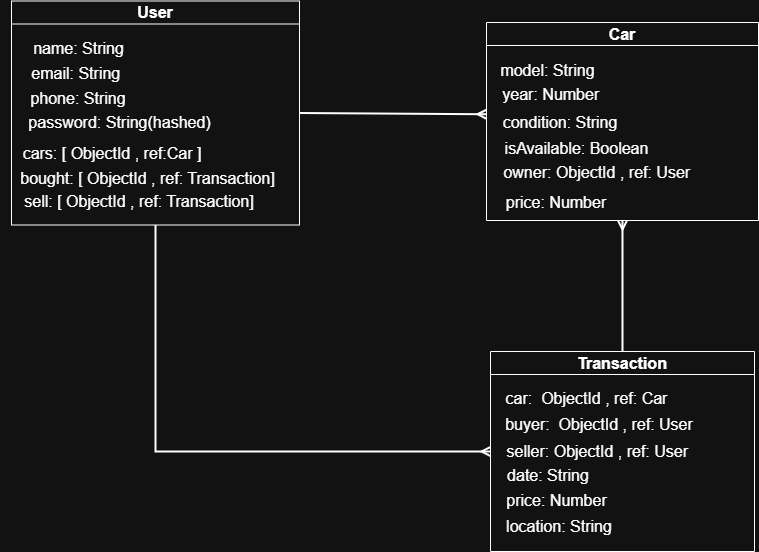
Before: planning-materials/ERD.png, a diagram exported from draw.io (hulaibi/car-app). Source tidied: cells renumbered, new cells last; positions are measured from the earlier drawing's top-left corner, leaving out a move shared by most shapes. The source it was exported from:
```xml
<mxGraphModel>
  <root>
    <mxCell id="0" />
    <mxCell id="1" parent="0" />
    <mxCell id="2" style="rounded=0;jettySize=auto;html=1;exitX=1;exitY=0.5;exitDx=0;exitDy=0;entryX=0;entryY=0.25;entryDx=0;entryDy=0;endArrow=ERmany;endFill=0;strokeWidth=2;" parent="1" edge="1" source="4" target="15">
      <mxGeometry relative="1" as="geometry" />
    </mxCell>
    <mxCell id="3" style="edgeStyle=orthogonalEdgeStyle;rounded=0;jettySize=auto;html=1;exitX=0.5;exitY=1;exitDx=0;exitDy=0;entryX=0;entryY=0.5;entryDx=0;entryDy=0;endArrow=ERmany;endFill=0;strokeWidth=2;" parent="1" edge="1" source="4" target="20">
      <mxGeometry relative="1" as="geometry" />
    </mxCell>
    <mxCell id="4" value="&lt;font style=&quot;font-size: 16px;&quot;&gt;User&lt;/font&gt;" style="swimlane;whiteSpace=wrap;html=1;startSize=23;" parent="1" vertex="1">
      <mxGeometry x="11" y="0.5" width="288" height="224" as="geometry" />
    </mxCell>
    <mxCell id="5" value="&lt;font style=&quot;font-size: 16px;&quot;&gt;name: String&lt;/font&gt;" style="text;html=1;align=center;verticalAlign=middle;strokeColor=none;fillColor=none;" parent="4" vertex="1">
      <mxGeometry x="12" y="32" width="109" height="31" as="geometry" />
    </mxCell>
    <mxCell id="6" value="&lt;font style=&quot;font-size: 16px;&quot;&gt;email: String&amp;nbsp;&lt;/font&gt;" style="text;html=1;align=center;verticalAlign=middle;whiteSpace=wrap;rounded=0;" parent="4" vertex="1">
      <mxGeometry x="-7.5" y="57" width="148" height="31" as="geometry" />
    </mxCell>
    <mxCell id="7" value="&lt;span&gt;&lt;font style=&quot;font-size: 16px;&quot;&gt;phone: String&lt;/font&gt;&lt;/span&gt;" style="text;html=1;align=center;verticalAlign=middle;whiteSpace=wrap;rounded=0;" parent="4" vertex="1">
      <mxGeometry x="-7.5" y="82" width="148" height="31" as="geometry" />
    </mxCell>
    <mxCell id="8" value="&lt;font style=&quot;font-size: 16px;&quot;&gt;password: String(hashed)&lt;/font&gt;" style="text;html=1;align=center;verticalAlign=middle;strokeColor=none;fillColor=none;" parent="4" vertex="1">
      <mxGeometry x="8" y="106" width="200" height="31" as="geometry" />
    </mxCell>
    <mxCell id="9" value="&lt;font style=&quot;font-size: 16px;&quot;&gt;cars: [ ObjectId , ref:Car ]&lt;/font&gt;" style="text;html=1;align=center;verticalAlign=middle;whiteSpace=wrap;rounded=0;" parent="4" vertex="1">
      <mxGeometry x="6" y="137" width="190" height="30" as="geometry" />
    </mxCell>
    <mxCell id="10" value="&lt;font style=&quot;font-size: 16px;&quot;&gt;bought: [ ObjectId , ref: Transaction]&lt;/font&gt;" style="text;html=1;align=center;verticalAlign=middle;whiteSpace=wrap;rounded=0;" parent="4" vertex="1">
      <mxGeometry x="6" y="162" width="261" height="30" as="geometry" />
    </mxCell>
    <mxCell id="11" value="&lt;font style=&quot;font-size: 16px;&quot;&gt;sell: [ ObjectId , ref: Transaction]&lt;/font&gt;" style="text;html=1;align=center;verticalAlign=middle;whiteSpace=wrap;rounded=0;" parent="4" vertex="1">
      <mxGeometry x="-11" y="185" width="278" height="30" as="geometry" />
    </mxCell>
    <mxCell id="12" value="&lt;font style=&quot;font-size: 16px;&quot;&gt;Car&lt;/font&gt;" style="swimlane;whiteSpace=wrap;html=1;startSize=23;" parent="1" vertex="1">
      <mxGeometry x="486" y="22" width="272" height="198" as="geometry" />
    </mxCell>
    <mxCell id="13" value="&lt;font style=&quot;font-size: 16px;&quot;&gt;model: String&lt;/font&gt;" style="text;html=1;align=center;verticalAlign=middle;strokeColor=none;fillColor=none;" parent="12" vertex="1">
      <mxGeometry x="5" y="32" width="112" height="31" as="geometry" />
    </mxCell>
    <mxCell id="14" value="&lt;font style=&quot;font-size: 16px;&quot;&gt;year: Number&amp;nbsp;&lt;/font&gt;" style="text;html=1;align=center;verticalAlign=middle;whiteSpace=wrap;rounded=0;" parent="12" vertex="1">
      <mxGeometry x="-7" y="56" width="148" height="31" as="geometry" />
    </mxCell>
    <mxCell id="15" value="&lt;span&gt;&lt;font style=&quot;font-size: 16px;&quot;&gt;condition: String&lt;/font&gt;&lt;/span&gt;" style="text;html=1;align=center;verticalAlign=middle;whiteSpace=wrap;rounded=0;" parent="12" vertex="1">
      <mxGeometry y="84" width="148" height="31" as="geometry" />
    </mxCell>
    <mxCell id="16" value="&lt;font style=&quot;font-size: 16px;&quot;&gt;isAvailable: Boolean&lt;/font&gt;" style="text;html=1;align=center;verticalAlign=middle;whiteSpace=wrap;rounded=0;" parent="12" vertex="1">
      <mxGeometry x="9" y="111" width="163" height="30" as="geometry" />
    </mxCell>
    <mxCell id="17" value="&lt;font style=&quot;font-size: 16px;&quot;&gt;owner: ObjectId , ref: User&amp;nbsp;&lt;/font&gt;" style="text;html=1;align=center;verticalAlign=middle;whiteSpace=wrap;rounded=0;" parent="12" vertex="1">
      <mxGeometry x="3" y="135" width="220" height="30" as="geometry" />
    </mxCell>
    <mxCell id="18" value="&lt;font style=&quot;font-size: 16px;&quot;&gt;price: Number&lt;/font&gt;" style="text;html=1;align=center;verticalAlign=middle;whiteSpace=wrap;rounded=0;" parent="12" vertex="1">
      <mxGeometry x="5" y="165" width="130" height="30" as="geometry" />
    </mxCell>
    <mxCell id="19" style="edgeStyle=orthogonalEdgeStyle;rounded=0;jettySize=auto;html=1;exitX=0.5;exitY=0;exitDx=0;exitDy=0;entryX=0.5;entryY=1;entryDx=0;entryDy=0;endArrow=ERmany;endFill=0;strokeWidth=2;" parent="1" edge="1" source="20" target="12">
      <mxGeometry relative="1" as="geometry" />
    </mxCell>
    <mxCell id="20" value="&lt;font style=&quot;font-size: 16px;&quot;&gt;Transaction&lt;/font&gt;" style="swimlane;whiteSpace=wrap;html=1;startSize=23;" parent="1" vertex="1">
      <mxGeometry x="490" y="351" width="264" height="200" as="geometry" />
    </mxCell>
    <mxCell id="21" value="&lt;font style=&quot;font-size: 16px;&quot;&gt;car:&amp;nbsp; ObjectId , ref: Car&lt;/font&gt;" style="text;html=1;align=center;verticalAlign=middle;strokeColor=none;fillColor=none;" parent="20" vertex="1">
      <mxGeometry x="5.5" y="31" width="180" height="31" as="geometry" />
    </mxCell>
    <mxCell id="22" value="&lt;font style=&quot;font-size: 16px;&quot;&gt;buyer:&amp;nbsp; ObjectId , ref: User&lt;/font&gt;" style="text;html=1;align=center;verticalAlign=middle;whiteSpace=wrap;rounded=0;" parent="20" vertex="1">
      <mxGeometry x="-15" y="57.5" width="248" height="31" as="geometry" />
    </mxCell>
    <mxCell id="23" value="&lt;span&gt;&lt;font style=&quot;&quot;&gt;&lt;span style=&quot;font-size: 16px;&quot;&gt;seller:&amp;nbsp;&lt;/span&gt;&lt;/font&gt;&lt;/span&gt;&lt;span style=&quot;font-size: 16px;&quot;&gt;ObjectId , ref: User&amp;nbsp;&lt;/span&gt;" style="text;html=1;align=center;verticalAlign=middle;whiteSpace=wrap;rounded=0;" parent="20" vertex="1">
      <mxGeometry x="6.8" y="84.5" width="204.5" height="31" as="geometry" />
    </mxCell>
    <mxCell id="24" value="&lt;font style=&quot;font-size: 16px;&quot;&gt;date: String&lt;/font&gt;" style="text;html=1;align=center;verticalAlign=middle;whiteSpace=wrap;rounded=0;" parent="20" vertex="1">
      <mxGeometry x="10.5" y="109" width="93.5" height="30" as="geometry" />
    </mxCell>
    <mxCell id="25" value="&lt;font style=&quot;font-size: 16px;&quot;&gt;price: Number&lt;/font&gt;" style="text;html=1;align=center;verticalAlign=middle;whiteSpace=wrap;rounded=0;" parent="20" vertex="1">
      <mxGeometry x="10.5" y="134" width="111" height="30" as="geometry" />
    </mxCell>
    <mxCell id="26" value="&lt;font style=&quot;font-size: 16px;&quot;&gt;location: String&lt;/font&gt;" style="text;html=1;align=center;verticalAlign=middle;whiteSpace=wrap;rounded=0;" parent="20" vertex="1">
      <mxGeometry x="-4" y="160" width="146" height="30" as="geometry" />
    </mxCell>
  </root>
</mxGraphModel>
```
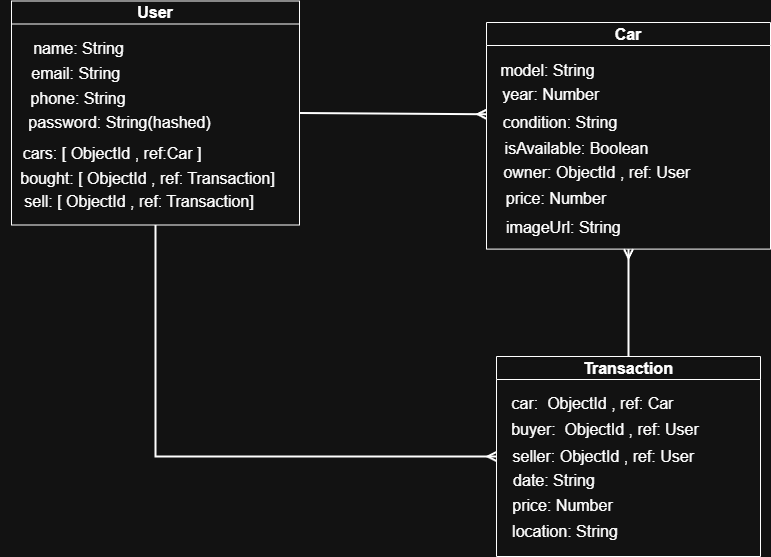
The same diagram one commit later.

The edit, as a diff of the source:
```diff
@@ -33,7 +33,7 @@
       <mxGeometry x="-11" y="185" width="278" height="30" as="geometry" />
     </mxCell>
     <mxCell id="12" value="&lt;font style=&quot;font-size: 16px;&quot;&gt;Car&lt;/font&gt;" style="swimlane;whiteSpace=wrap;html=1;startSize=23;" parent="1" vertex="1">
-      <mxGeometry x="486" y="22" width="272" height="198" as="geometry" />
+      <mxGeometry x="486" y="22" width="284" height="226.6" as="geometry" />
     </mxCell>
     <mxCell id="13" value="&lt;font style=&quot;font-size: 16px;&quot;&gt;model: String&lt;/font&gt;" style="text;html=1;align=center;verticalAlign=middle;strokeColor=none;fillColor=none;" parent="12" vertex="1">
       <mxGeometry x="5" y="32" width="112" height="31" as="geometry" />
@@ -51,13 +51,16 @@
       <mxGeometry x="3" y="135" width="220" height="30" as="geometry" />
     </mxCell>
     <mxCell id="18" value="&lt;font style=&quot;font-size: 16px;&quot;&gt;price: Number&lt;/font&gt;" style="text;html=1;align=center;verticalAlign=middle;whiteSpace=wrap;rounded=0;" parent="12" vertex="1">
-      <mxGeometry x="5" y="165" width="130" height="30" as="geometry" />
+      <mxGeometry x="5" y="161" width="130" height="30" as="geometry" />
     </mxCell>
+    <mxCell id="27" value="imageUrl: String" style="text;whiteSpace=wrap;fontSize=16;" parent="12" vertex="1">
+      <mxGeometry x="18" y="189" width="170.6" height="37.6" as="geometry" />
+    </mxCell>
     <mxCell id="19" style="edgeStyle=orthogonalEdgeStyle;rounded=0;jettySize=auto;html=1;exitX=0.5;exitY=0;exitDx=0;exitDy=0;entryX=0.5;entryY=1;entryDx=0;entryDy=0;endArrow=ERmany;endFill=0;strokeWidth=2;" parent="1" edge="1" source="20" target="12">
       <mxGeometry relative="1" as="geometry" />
     </mxCell>
     <mxCell id="20" value="&lt;font style=&quot;font-size: 16px;&quot;&gt;Transaction&lt;/font&gt;" style="swimlane;whiteSpace=wrap;html=1;startSize=23;" parent="1" vertex="1">
-      <mxGeometry x="490" y="351" width="264" height="200" as="geometry" />
+      <mxGeometry x="496" y="356" width="264" height="200" as="geometry" />
     </mxCell>
     <mxCell id="21" value="&lt;font style=&quot;font-size: 16px;&quot;&gt;car:&amp;nbsp; ObjectId , ref: Car&lt;/font&gt;" style="text;html=1;align=center;verticalAlign=middle;strokeColor=none;fillColor=none;" parent="20" vertex="1">
       <mxGeometry x="5.5" y="31" width="180" height="31" as="geometry" />
```
